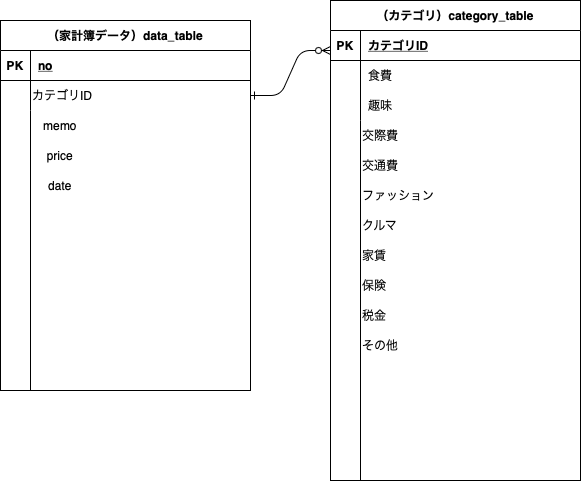
Before: 名称未設定ファイル.drawio.png, a diagram exported from draw.io (michi260/spring-boot). Source tidied: cells renumbered, new cells last; positions are measured from the earlier drawing's top-left corner, leaving out a move shared by most shapes.
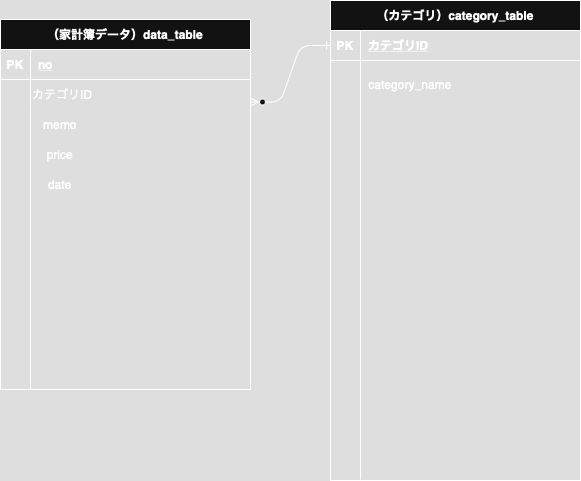
After the commit.

Commit message:
名称未設定ファイル.drawio.png を追加しました。

Diff of the diagram source:
```diff
@@ -2,10 +2,8 @@
   <root>
     <mxCell id="0" />
     <mxCell id="1" parent="0" />
-    <mxCell id="2" style="edgeStyle=entityRelationEdgeStyle;endArrow=ERzeroToMany;startArrow=ERone;endFill=1;startFill=0;exitX=1;exitY=0.5;exitDx=0;exitDy=0;" parent="1" edge="1" source="29">
-      <mxGeometry relative="1" as="geometry">
-        <mxPoint x="330" y="50" as="targetPoint" />
-      </mxGeometry>
+    <mxCell id="2" style="edgeStyle=entityRelationEdgeStyle;endArrow=ERzeroToMany;startArrow=ERone;endFill=1;startFill=0;exitX=0;exitY=0.5;exitDx=0;exitDy=0;entryX=1;entryY=0.75;entryDx=0;entryDy=0;" parent="1" edge="1" source="12" target="29">
+      <mxGeometry relative="1" as="geometry" />
     </mxCell>
     <mxCell id="3" value="（家計簿データ）data_table" style="shape=table;startSize=30;rowLines=0;fontStyle=1;align=center;" parent="1" vertex="1">
       <mxGeometry y="20" width="250" height="370" as="geometry" />
@@ -34,7 +32,7 @@
       </mxGeometry>
     </mxCell>
     <mxCell id="11" value="（カテゴリ）category_table" style="shape=table;startSize=30;rowLines=0;fontStyle=1;align=center;" parent="1" vertex="1">
-      <mxGeometry x="330" width="250" height="480" as="geometry" />
+      <mxGeometry x="330" y="1" width="250" height="480" as="geometry" />
     </mxCell>
     <mxCell id="12" style="shape=partialRectangle;fillColor=none;points=[[0,0.5],[1,0.5]];portConstraint=eastwest;top=0;left=0;right=0;bottom=1;" parent="11" vertex="1">
       <mxGeometry y="30" width="250" height="30" as="geometry" />
@@ -51,7 +49,7 @@
     <mxCell id="16" style="shape=partialRectangle;overflow=hidden;fillColor=none;top=0;left=0;bottom=0;right=0;" parent="15" vertex="1">
       <mxGeometry width="30" height="30" as="geometry" />
     </mxCell>
-    <mxCell id="17" value="食費" style="shape=partialRectangle;overflow=hidden;fillColor=none;top=0;left=0;bottom=0;right=0;align=left;spacingLeft=6;" parent="15" vertex="1">
+    <mxCell id="17" style="shape=partialRectangle;overflow=hidden;fillColor=none;top=0;left=0;bottom=0;right=0;align=left;spacingLeft=6;" parent="15" vertex="1">
       <mxGeometry x="30" width="220" height="30" as="geometry" />
     </mxCell>
     <mxCell id="18" style="shape=partialRectangle;fillColor=none;points=[[0,0.5],[1,0.5]];portConstraint=eastwest;top=0;left=0;right=0;bottom=0;" parent="11" vertex="1">
@@ -60,33 +58,9 @@
     <mxCell id="19" style="shape=partialRectangle;overflow=hidden;fillColor=none;top=0;left=0;bottom=0;right=0;" parent="18" vertex="1">
       <mxGeometry width="30" height="30" as="geometry" />
     </mxCell>
-    <mxCell id="20" value="趣味" style="shape=partialRectangle;overflow=hidden;fillColor=none;top=0;left=0;bottom=0;right=0;align=left;spacingLeft=6;" parent="18" vertex="1">
+    <mxCell id="20" style="shape=partialRectangle;overflow=hidden;fillColor=none;top=0;left=0;bottom=0;right=0;align=left;spacingLeft=6;" parent="18" vertex="1">
       <mxGeometry x="30" width="220" height="30" as="geometry" />
     </mxCell>
-    <mxCell id="21" value="交際費" style="text;html=1;align=left;verticalAlign=middle;whiteSpace=wrap;rounded=0;" parent="1" vertex="1">
-      <mxGeometry x="360" y="120" width="220" height="30" as="geometry" />
-    </mxCell>
-    <mxCell id="22" value="交通費" style="text;html=1;align=left;verticalAlign=middle;whiteSpace=wrap;rounded=0;" parent="1" vertex="1">
-      <mxGeometry x="360" y="150" width="220" height="30" as="geometry" />
-    </mxCell>
-    <mxCell id="23" value="ファッション" style="text;html=1;align=left;verticalAlign=middle;whiteSpace=wrap;rounded=0;" parent="1" vertex="1">
-      <mxGeometry x="360" y="180" width="220" height="30" as="geometry" />
-    </mxCell>
-    <mxCell id="24" value="クルマ" style="text;html=1;align=left;verticalAlign=middle;whiteSpace=wrap;rounded=0;" parent="1" vertex="1">
-      <mxGeometry x="360" y="210" width="220" height="30" as="geometry" />
-    </mxCell>
-    <mxCell id="25" value="家賃" style="text;html=1;align=left;verticalAlign=middle;whiteSpace=wrap;rounded=0;" parent="1" vertex="1">
-      <mxGeometry x="360" y="240" width="220" height="30" as="geometry" />
-    </mxCell>
-    <mxCell id="26" value="保険" style="text;html=1;align=left;verticalAlign=middle;whiteSpace=wrap;rounded=0;" parent="1" vertex="1">
-      <mxGeometry x="360" y="270" width="220" height="30" as="geometry" />
-    </mxCell>
-    <mxCell id="27" value="税金" style="text;html=1;align=left;verticalAlign=middle;whiteSpace=wrap;rounded=0;" parent="1" vertex="1">
-      <mxGeometry x="360" y="300" width="220" height="30" as="geometry" />
-    </mxCell>
-    <mxCell id="28" value="その他" style="text;html=1;align=left;verticalAlign=middle;whiteSpace=wrap;rounded=0;" parent="1" vertex="1">
-      <mxGeometry x="360" y="330" width="220" height="30" as="geometry" />
-    </mxCell>
     <mxCell id="29" value="カテゴリID" style="text;html=1;align=left;verticalAlign=middle;whiteSpace=wrap;rounded=0;" parent="1" vertex="1">
       <mxGeometry x="30" y="80" width="220" height="30" as="geometry" />
     </mxCell>
@@ -104,5 +78,8 @@
     <mxCell id="33" value="price" style="text;html=1;align=center;verticalAlign=middle;whiteSpace=wrap;rounded=0;" parent="1" vertex="1">
       <mxGeometry x="30" y="140" width="60" height="30" as="geometry" />
     </mxCell>
+    <mxCell id="34" value="category_name" style="text;html=1;align=center;verticalAlign=middle;whiteSpace=wrap;rounded=0;" parent="1" vertex="1">
+      <mxGeometry x="380" y="70" width="60" height="30" as="geometry" />
+    </mxCell>
   </root>
 </mxGraphModel>
```
